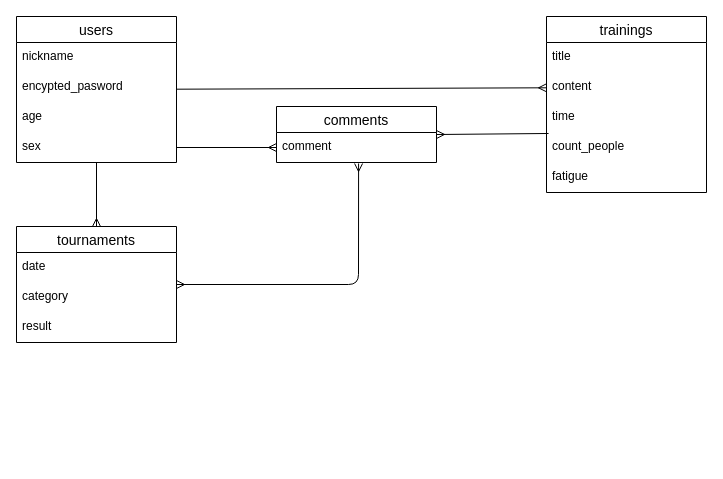
piroyuki666/volleyball-note keeps this draw.io diagram as ER図.dio. Above is the earlier version. Source tidied: cells renumbered, new cells numbered last; positions are measured from the earlier drawing's top-left corner, leaving out a move shared by most shapes. Both pictures are drawn from the tidied source at 100%, with x=0, y=0 at pixel (16, 16).
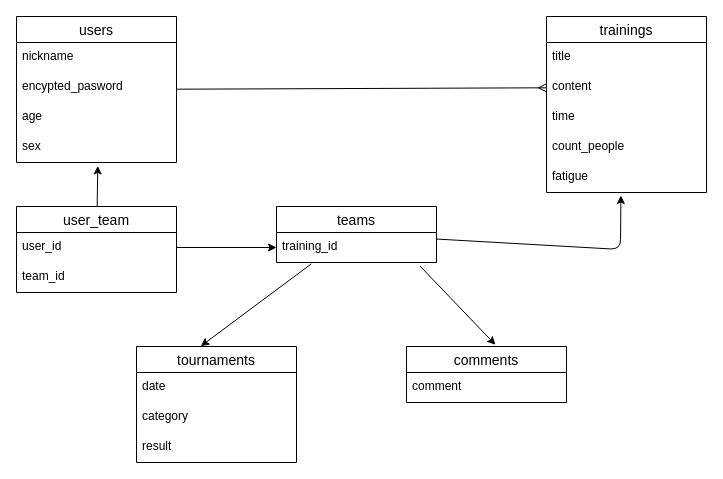
After the change.

The change refers to these unchanged cells:
```xml
<mxCell id="5" value="users" style="swimlane;fontStyle=0;horizontal=1;startSize=26;align=center;fontSize=14;" parent="1" vertex="1">
  <mxGeometry width="160" height="146" as="geometry" />
</mxCell>
<mxCell id="9" value="sex" style="text;strokeColor=none;fillColor=none;spacingLeft=4;spacingRight=4;overflow=hidden;points=[[0,0.5],[1,0.5]];portConstraint=eastwest;fontSize=12;" parent="5" vertex="1">
  <mxGeometry y="116" width="160" height="30" as="geometry" />
</mxCell>
<mxCell id="15" value="count_people" style="text;strokeColor=none;fillColor=none;spacingLeft=4;spacingRight=4;overflow=hidden;points=[[0,0.5],[1,0.5]];portConstraint=eastwest;fontSize=12;" parent="11" vertex="1">
  <mxGeometry y="116" width="160" height="30" as="geometry" />
</mxCell>
<mxCell id="16" value="fatigue" style="text;strokeColor=none;fillColor=none;spacingLeft=4;spacingRight=4;overflow=hidden;points=[[0,0.5],[1,0.5]];portConstraint=eastwest;fontSize=12;" parent="11" vertex="1">
  <mxGeometry y="146" width="160" height="30" as="geometry" />
</mxCell>
<mxCell id="18" value="comment" style="text;strokeColor=none;fillColor=none;spacingLeft=4;spacingRight=4;overflow=hidden;points=[[0,0.5],[1,0.5]];portConstraint=eastwest;fontSize=12;" parent="17" vertex="1">
  <mxGeometry y="26" width="160" height="30" as="geometry" />
</mxCell>
```

The edit, as a diff of the source:
```diff
@@
-    <mxCell id="2" style="edgeStyle=none;html=1;entryX=0;entryY=0.5;entryDx=0;entryDy=0;endArrow=ERmany;endFill=0;exitX=1;exitY=0.5;exitDx=0;exitDy=0;startArrow=none;startFill=0;" parent="1" edge="1" source="9" target="18">
-      <mxGeometry relative="1" as="geometry" />
-    </mxCell>
@@
-    <mxCell id="4" style="edgeStyle=none;html=1;entryX=0.5;entryY=0;entryDx=0;entryDy=0;endArrow=ERmany;endFill=0;" parent="1" edge="1" source="5" target="20">
-      <mxGeometry relative="1" as="geometry" />
-    </mxCell>
@@
-    <mxCell id="10" style="edgeStyle=none;html=1;endArrow=ERmany;endFill=0;entryX=1;entryY=0.5;entryDx=0;entryDy=0;exitX=0.013;exitY=0.033;exitDx=0;exitDy=0;exitPerimeter=0;startArrow=none;startFill=0;" parent="1" edge="1" source="15" target="17">
-      <mxGeometry relative="1" as="geometry" />
-    </mxCell>
@@
     <mxCell id="17" value="comments" style="swimlane;fontStyle=0;horizontal=1;startSize=26;align=center;fontSize=14;" parent="1" vertex="1">
-      <mxGeometry x="260" y="90" width="160" height="56" as="geometry" />
+      <mxGeometry x="390" y="330" width="160" height="56" as="geometry" />
     </mxCell>
@@
-    <mxCell id="19" style="edgeStyle=none;html=1;entryX=0.513;entryY=1.033;entryDx=0;entryDy=0;entryPerimeter=0;endArrow=ERmany;endFill=0;startArrow=ERmany;startFill=0;" parent="1" edge="1" source="20" target="18">
-      <mxGeometry relative="1" as="geometry">
-        <Array as="points">
-          <mxPoint x="342" y="268" />
-        </Array>
-      </mxGeometry>
-    </mxCell>
     <mxCell id="20" value="tournaments" style="swimlane;fontStyle=0;horizontal=1;startSize=26;align=center;fontSize=14;" parent="1" vertex="1">
-      <mxGeometry y="210" width="160" height="116" as="geometry" />
+      <mxGeometry x="120" y="330" width="160" height="116" as="geometry" />
     </mxCell>
@@
+    <mxCell id="24" style="edgeStyle=none;html=1;entryX=0.465;entryY=1.1;entryDx=0;entryDy=0;entryPerimeter=0;" parent="1" edge="1" source="25" target="16">
+      <mxGeometry relative="1" as="geometry">
+        <Array as="points">
+          <mxPoint x="604" y="233" />
+        </Array>
+      </mxGeometry>
+    </mxCell>
+    <mxCell id="25" value="teams" style="swimlane;fontStyle=0;horizontal=1;startSize=26;align=center;fontSize=14;" parent="1" vertex="1">
+      <mxGeometry x="260" y="190" width="160" height="56" as="geometry" />
+    </mxCell>
+    <mxCell id="26" value="training_id" style="text;strokeColor=none;fillColor=none;spacingLeft=4;spacingRight=4;overflow=hidden;points=[[0,0.5],[1,0.5]];portConstraint=eastwest;fontSize=12;" parent="25" vertex="1">
+      <mxGeometry y="26" width="160" height="30" as="geometry" />
+    </mxCell>
+    <mxCell id="27" style="edgeStyle=none;html=1;entryX=0.556;entryY=-0.03;entryDx=0;entryDy=0;entryPerimeter=0;exitX=0.896;exitY=1.114;exitDx=0;exitDy=0;exitPerimeter=0;" parent="1" edge="1" source="26" target="17">
+      <mxGeometry relative="1" as="geometry" />
+    </mxCell>
+    <mxCell id="28" style="edgeStyle=none;html=1;entryX=0.402;entryY=-0.003;entryDx=0;entryDy=0;entryPerimeter=0;exitX=0.218;exitY=1.044;exitDx=0;exitDy=0;exitPerimeter=0;" parent="1" edge="1" source="26" target="20">
+      <mxGeometry relative="1" as="geometry" />
+    </mxCell>
+    <mxCell id="29" style="edgeStyle=none;html=1;entryX=0.508;entryY=1.114;entryDx=0;entryDy=0;entryPerimeter=0;" parent="1" edge="1" source="30" target="9">
+      <mxGeometry relative="1" as="geometry" />
+    </mxCell>
+    <mxCell id="30" value="user_team" style="swimlane;fontStyle=0;horizontal=1;startSize=26;align=center;fontSize=14;" parent="1" vertex="1">
+      <mxGeometry y="190" width="160" height="86" as="geometry" />
+    </mxCell>
+    <mxCell id="31" value="user_id " style="text;strokeColor=none;fillColor=none;spacingLeft=4;spacingRight=4;overflow=hidden;points=[[0,0.5],[1,0.5]];portConstraint=eastwest;fontSize=12;" parent="30" vertex="1">
+      <mxGeometry y="26" width="160" height="30" as="geometry" />
+    </mxCell>
+    <mxCell id="32" value="team_id" style="text;strokeColor=none;fillColor=none;spacingLeft=4;spacingRight=4;overflow=hidden;fontSize=12;" parent="30" vertex="1">
+      <mxGeometry y="56" width="160" height="30" as="geometry" />
+    </mxCell>
+    <mxCell id="33" style="edgeStyle=none;html=1;entryX=0;entryY=0.5;entryDx=0;entryDy=0;" parent="1" edge="1" source="31" target="26">
+      <mxGeometry relative="1" as="geometry" />
+    </mxCell>
```
